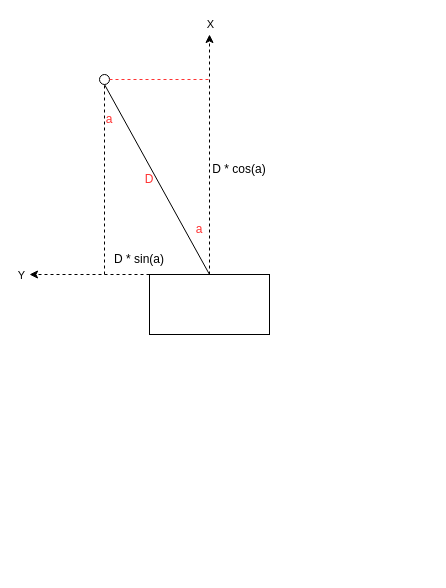
Before: WorkSpace/ObjectTrack/UWB.drawio in mailonghua/drawio, a draw.io diagram. Source tidied: cells renumbered, new cells numbered last; positions are measured from the earlier drawing's top-left corner, leaving out a move shared by most shapes. Both pictures are drawn from the tidied source at 100%, with x=0, y=0 at pixel (29, 34).
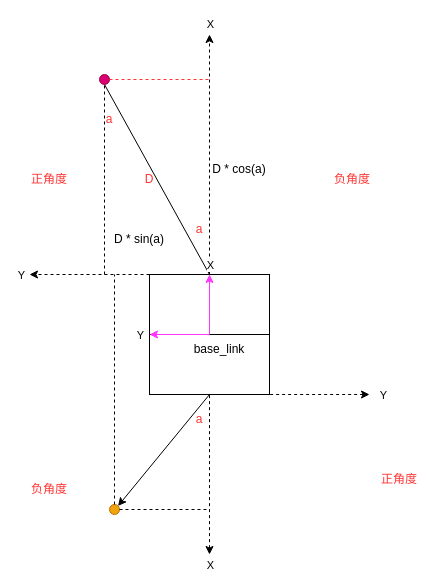
The same page after the edit.

What changed in the source:
```diff
@@
-    <mxCell id="3" style="rounded=0;whiteSpace=wrap;html=1;rotation=0;" parent="1" vertex="1">
-      <mxGeometry x="120" y="240" width="120" height="60" as="geometry" />
-    </mxCell>
-    <mxCell id="4" style="ellipse;whiteSpace=wrap;html=1;" parent="1" vertex="1">
+    <mxCell id="4" style="ellipse;whiteSpace=wrap;html=1;fillColor=#d80073;strokeColor=#A50040;fontColor=#ffffff;" parent="1" vertex="1">
       <mxGeometry x="70" y="40" width="10" height="10" as="geometry" />
     </mxCell>
-    <mxCell id="5" style="endArrow=classic;html=1;rounded=0;exitX=0.5;exitY=0;exitDx=0;exitDy=0;dashed=1;endFill=1;" parent="1" edge="1" source="3">
-      <mxGeometry relative="1" as="geometry">
-        <mxPoint x="180" as="targetPoint" />
-      </mxGeometry>
-    </mxCell>
-    <mxCell id="6" value="X" style="edgeLabel;html=1;align=center;verticalAlign=middle;" parent="5" vertex="1">
-      <mxGeometry x="0.78" relative="1" as="geometry">
-        <mxPoint y="-37" as="offset" />
-      </mxGeometry>
-    </mxCell>
@@
     <mxCell id="15" value="D * sin(a)" style="text;html=1;whiteSpace=wrap;strokeColor=none;fillColor=none;align=center;verticalAlign=middle;rounded=0;" parent="1" vertex="1">
-      <mxGeometry x="80" y="210" width="60" height="30" as="geometry" />
+      <mxGeometry x="80" y="190" width="60" height="30" as="geometry" />
     </mxCell>
+    <mxCell id="16" style="ellipse;whiteSpace=wrap;html=1;fillColor=#f0a30a;fontColor=#000000;strokeColor=#BD7000;" parent="1" vertex="1">
+      <mxGeometry x="80" y="470" width="10" height="10" as="geometry" />
+    </mxCell>
+    <mxCell id="17" style="endArrow=classic;html=1;rounded=0;exitX=0.5;exitY=1;exitDx=0;exitDy=0;entryX=1;entryY=0;entryDx=0;entryDy=0;" parent="1" edge="1" source="30" target="16">
+      <mxGeometry relative="1" as="geometry" />
+    </mxCell>
+    <mxCell id="18" style="endArrow=none;dashed=1;html=1;rounded=0;exitX=0.5;exitY=0;exitDx=0;exitDy=0;" parent="1" edge="1" source="16">
+      <mxGeometry relative="1" as="geometry">
+        <mxPoint x="85" y="240" as="targetPoint" />
+      </mxGeometry>
+    </mxCell>
+    <mxCell id="19" value="a" style="text;html=1;whiteSpace=wrap;strokeColor=none;fillColor=none;align=center;verticalAlign=middle;rounded=0;fontColor=#FF3333;" parent="1" vertex="1">
+      <mxGeometry x="160" y="370" width="20" height="30" as="geometry" />
+    </mxCell>
+    <mxCell id="20" style="endArrow=none;dashed=1;html=1;rounded=0;exitX=1;exitY=0.5;exitDx=0;exitDy=0;" parent="1" edge="1" source="16">
+      <mxGeometry relative="1" as="geometry">
+        <mxPoint x="180" y="475" as="targetPoint" />
+      </mxGeometry>
+    </mxCell>
+    <mxCell id="21" value="正角度" style="text;html=1;whiteSpace=wrap;strokeColor=none;fillColor=none;align=center;verticalAlign=middle;rounded=0;fontColor=#FF3333;" parent="1" vertex="1">
+      <mxGeometry x="-10" y="130" width="60" height="30" as="geometry" />
+    </mxCell>
+    <mxCell id="22" value="负角度" style="text;html=1;whiteSpace=wrap;strokeColor=none;fillColor=none;align=center;verticalAlign=middle;rounded=0;fontColor=#FF3333;" parent="1" vertex="1">
+      <mxGeometry x="293" y="130" width="60" height="30" as="geometry" />
+    </mxCell>
+    <mxCell id="23" value="正角度" style="text;html=1;whiteSpace=wrap;strokeColor=none;fillColor=none;align=center;verticalAlign=middle;rounded=0;fontColor=#FF3333;" parent="1" vertex="1">
+      <mxGeometry x="340" y="430" width="60" height="30" as="geometry" />
+    </mxCell>
+    <mxCell id="24" value="负角度" style="text;html=1;whiteSpace=wrap;strokeColor=none;fillColor=none;align=center;verticalAlign=middle;rounded=0;fontColor=#FF3333;" parent="1" vertex="1">
+      <mxGeometry x="-10" y="440" width="60" height="30" as="geometry" />
+    </mxCell>
+    <mxCell id="5" style="endArrow=classic;html=1;rounded=0;dashed=1;endFill=1;" parent="1" edge="1">
+      <mxGeometry relative="1" as="geometry">
+        <mxPoint x="180" y="240" as="sourcePoint" />
+        <mxPoint x="180" as="targetPoint" />
+      </mxGeometry>
+    </mxCell>
+    <mxCell id="6" value="X" style="edgeLabel;html=1;align=center;verticalAlign=middle;" parent="5" vertex="1">
+      <mxGeometry x="0.78" relative="1" as="geometry">
+        <mxPoint y="-37" as="offset" />
+      </mxGeometry>
+    </mxCell>
+    <mxCell id="25" style="endArrow=none;dashed=1;html=1;rounded=0;entryX=0.5;entryY=1;entryDx=0;entryDy=0;startArrow=classic;startFill=1;" parent="1" edge="1" target="30">
+      <mxGeometry relative="1" as="geometry">
+        <mxPoint x="340" y="360" as="sourcePoint" />
+      </mxGeometry>
+    </mxCell>
+    <mxCell id="26" value="Y" style="edgeLabel;html=1;align=center;verticalAlign=middle;" parent="25" vertex="1">
+      <mxGeometry x="-0.4" y="-1" relative="1" as="geometry">
+        <mxPoint x="61" y="1" as="offset" />
+      </mxGeometry>
+    </mxCell>
+    <mxCell id="27" style="endArrow=none;dashed=1;html=1;rounded=0;entryX=0.5;entryY=1;entryDx=0;entryDy=0;startArrow=classic;startFill=1;" parent="1" edge="1" target="30">
+      <mxGeometry relative="1" as="geometry">
+        <mxPoint x="180" y="520" as="sourcePoint" />
+      </mxGeometry>
+    </mxCell>
+    <mxCell id="28" value="X" style="edgeLabel;html=1;align=center;verticalAlign=middle;" parent="27" vertex="1">
+      <mxGeometry y="1" relative="1" as="geometry">
+        <mxPoint x="1" y="90" as="offset" />
+      </mxGeometry>
+    </mxCell>
+    <mxCell id="29" style="group;" parent="1" vertex="1">
+      <mxGeometry x="120" y="240" width="120" height="120" as="geometry" />
+    </mxCell>
+    <mxCell id="3" style="rounded=0;whiteSpace=wrap;html=1;rotation=0;" parent="29" vertex="1">
+      <mxGeometry width="120" height="60" as="geometry" />
+    </mxCell>
+    <mxCell id="30" style="rounded=0;whiteSpace=wrap;html=1;" parent="29" vertex="1">
+      <mxGeometry y="60" width="120" height="60" as="geometry" />
+    </mxCell>
+    <mxCell id="31" style="edgeStyle=none;rounded=0;orthogonalLoop=1;jettySize=auto;html=1;exitX=0.5;exitY=1;exitDx=0;exitDy=0;" parent="29" edge="1" source="3" target="3">
+      <mxGeometry relative="1" as="geometry" />
+    </mxCell>
+    <mxCell id="32" style="endArrow=classic;html=1;rounded=0;exitX=0.5;exitY=0;exitDx=0;exitDy=0;" parent="29" edge="1" source="30" target="3">
+      <mxGeometry relative="1" as="geometry" />
+    </mxCell>
+    <mxCell id="33" style="group;" parent="29" vertex="1">
+      <mxGeometry width="60" height="60" as="geometry" />
+    </mxCell>
+    <mxCell id="34" style="endArrow=classic;html=1;rounded=0;strokeColor=#FF33FF;" parent="33" edge="1">
+      <mxGeometry relative="1" as="geometry">
+        <mxPoint x="60" y="60" as="sourcePoint" />
+        <mxPoint x="60" as="targetPoint" />
+      </mxGeometry>
+    </mxCell>
+    <mxCell id="35" value="X" style="edgeLabel;html=1;align=center;verticalAlign=middle;" parent="34" vertex="1">
+      <mxGeometry y="-2" relative="1" as="geometry">
+        <mxPoint x="-2" y="-40" as="offset" />
+      </mxGeometry>
+    </mxCell>
+    <mxCell id="36" style="endArrow=classic;html=1;rounded=0;strokeColor=#FF33FF;" parent="33" edge="1">
+      <mxGeometry relative="1" as="geometry">
+        <mxPoint x="60" y="60" as="sourcePoint" />
+        <mxPoint y="60" as="targetPoint" />
+      </mxGeometry>
+    </mxCell>
+    <mxCell id="37" value="Y" style="edgeLabel;html=1;align=center;verticalAlign=middle;" parent="36" vertex="1">
+      <mxGeometry x="0.04" relative="1" as="geometry">
+        <mxPoint x="-39" as="offset" />
+      </mxGeometry>
+    </mxCell>
+    <mxCell id="38" value="base_link" style="text;html=1;whiteSpace=wrap;strokeColor=none;fillColor=none;align=center;verticalAlign=middle;rounded=0;" parent="29" vertex="1">
+      <mxGeometry x="40" y="60" width="60" height="30" as="geometry" />
+    </mxCell>
```
